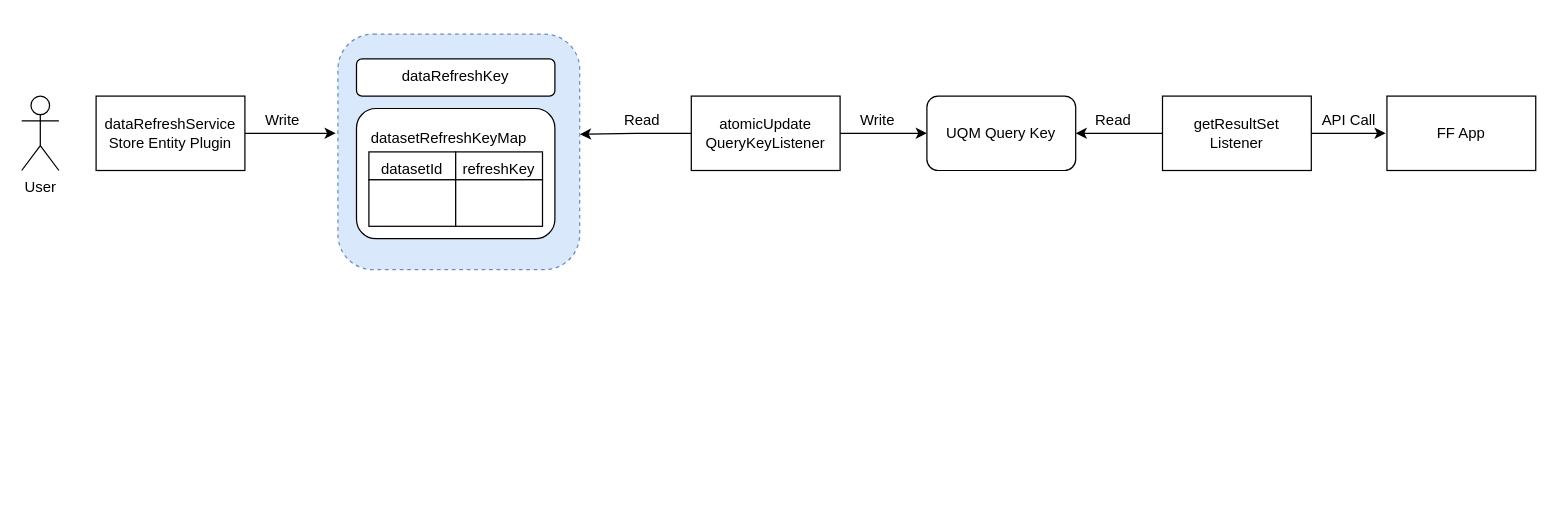
Above: Untitled Diagram.drawio in windsonic/files (draw.io), before the change. Source tidied: cells renumbered, new cells numbered last; positions are measured from the earlier drawing's top-left corner, leaving out a move shared by most shapes. Both pictures are drawn from the tidied source at 124%, with x=0, y=0 at pixel (21, 33).
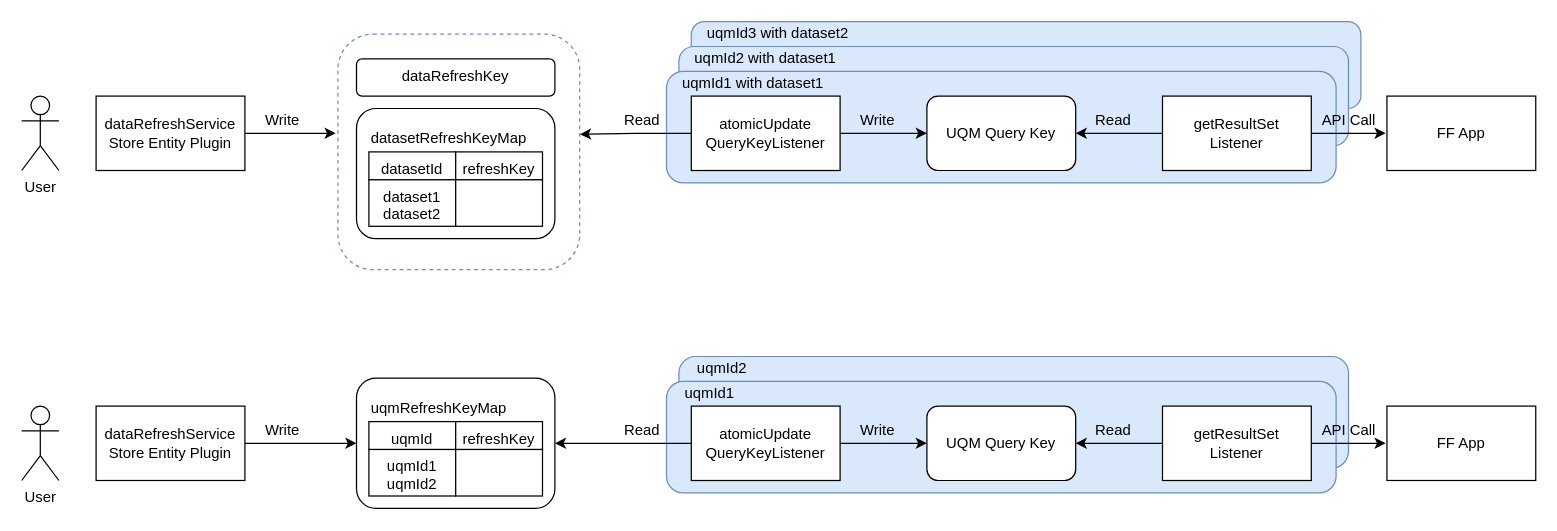
Above is the later version.

The change refers to these unchanged cells:
```xml
<mxCell id="7" style="group;" parent="5" vertex="1">
  <mxGeometry x="10" y="35" width="140" height="60" as="geometry" />
</mxCell>
```

Change to the diagram source:
```diff
@@
+    <mxCell id="27" style="rounded=1;whiteSpace=wrap;html=1;verticalAlign=middle;fillColor=#dae8fc;strokeColor=#6c8ebf;" parent="1" vertex="1">
+      <mxGeometry x="530" y="260" width="540" height="90" as="geometry" />
+    </mxCell>
+    <mxCell id="28" style="rounded=1;whiteSpace=wrap;html=1;verticalAlign=middle;fillColor=#dae8fc;strokeColor=#6c8ebf;" parent="1" vertex="1">
+      <mxGeometry x="540" y="-10" width="540" height="70" as="geometry" />
+    </mxCell>
+    <mxCell id="29" style="rounded=1;whiteSpace=wrap;html=1;verticalAlign=middle;fillColor=#dae8fc;strokeColor=#6c8ebf;" parent="1" vertex="1">
+      <mxGeometry x="530" y="10" width="540" height="80" as="geometry" />
+    </mxCell>
+    <mxCell id="30" style="rounded=1;whiteSpace=wrap;html=1;verticalAlign=middle;fillColor=#dae8fc;strokeColor=#6c8ebf;" parent="1" vertex="1">
+      <mxGeometry x="520" y="30" width="540" height="90" as="geometry" />
+    </mxCell>
@@
-    <mxCell id="4" style="rounded=1;whiteSpace=wrap;html=1;verticalAlign=top;fillColor=#dae8fc;strokeColor=#6c8ebf;dashed=1;" parent="1" vertex="1">
+    <mxCell id="4" style="rounded=1;whiteSpace=wrap;html=1;verticalAlign=top;strokeColor=#6c8ebf;dashed=1;fillColor=none;" parent="1" vertex="1">
       <mxGeometry x="255" width="195" height="190" as="geometry" />
     </mxCell>
@@
-    <mxCell id="10" style="rounded=0;whiteSpace=wrap;html=1;verticalAlign=top;" parent="7" vertex="1">
+    <mxCell id="10" value="dataset1&lt;br&gt;dataset2" style="rounded=0;whiteSpace=wrap;html=1;verticalAlign=top;" parent="7" vertex="1">
       <mxGeometry y="22.5" width="70" height="37.5" as="geometry" />
     </mxCell>
@@
+    <mxCell id="31" value="uqmId1 with dataset1" style="text;html=1;strokeColor=none;fillColor=none;align=center;verticalAlign=middle;whiteSpace=wrap;rounded=0;" parent="1" vertex="1">
+      <mxGeometry x="520" y="30" width="140" height="20" as="geometry" />
+    </mxCell>
+    <mxCell id="32" value="uqmId2 with dataset1" style="text;html=1;strokeColor=none;fillColor=none;align=center;verticalAlign=middle;whiteSpace=wrap;rounded=0;" parent="1" vertex="1">
+      <mxGeometry x="530" y="10" width="140" height="20" as="geometry" />
+    </mxCell>
+    <mxCell id="33" style="rounded=1;whiteSpace=wrap;html=1;verticalAlign=middle;fillColor=#dae8fc;strokeColor=#6c8ebf;" parent="1" vertex="1">
+      <mxGeometry x="520" y="280" width="540" height="90" as="geometry" />
+    </mxCell>
+    <mxCell id="34" style="edgeStyle=orthogonalEdgeStyle;rounded=0;jettySize=auto;html=1;entryX=0;entryY=0.5;entryDx=0;entryDy=0;" parent="1" edge="1" source="35" target="37">
+      <mxGeometry relative="1" as="geometry" />
+    </mxCell>
+    <mxCell id="35" value="dataRefreshService&lt;br&gt;Store Entity Plugin" style="rounded=0;whiteSpace=wrap;html=1;" parent="1" vertex="1">
+      <mxGeometry x="60" y="300" width="120" height="60" as="geometry" />
+    </mxCell>
+    <mxCell id="36" style="group;" parent="1" vertex="1">
+      <mxGeometry x="270" y="277.5" width="160" height="105" as="geometry" />
+    </mxCell>
+    <mxCell id="37" value="&lt;div&gt;&lt;span&gt;uqmRefreshKeyMap&lt;/span&gt;&lt;br&gt;&lt;/div&gt;&lt;div&gt;&lt;span&gt;&lt;br&gt;&lt;/span&gt;&lt;/div&gt;&lt;div&gt;&lt;br&gt;&lt;/div&gt;" style="rounded=1;whiteSpace=wrap;html=1;align=left;spacingLeft=10;verticalAlign=top;spacingTop=10;" parent="36" vertex="1">
+      <mxGeometry width="160" height="105" as="geometry" />
+    </mxCell>
+    <mxCell id="38" style="group;" parent="36" vertex="1">
+      <mxGeometry x="10" y="35" width="140" height="60" as="geometry" />
+    </mxCell>
+    <mxCell id="39" value="uqmId" style="rounded=0;whiteSpace=wrap;html=1;verticalAlign=top;" parent="38" vertex="1">
+      <mxGeometry width="70" height="22.5" as="geometry" />
+    </mxCell>
+    <mxCell id="40" value="refreshKey" style="rounded=0;whiteSpace=wrap;html=1;verticalAlign=top;" parent="38" vertex="1">
+      <mxGeometry x="70" width="70" height="22.5" as="geometry" />
+    </mxCell>
+    <mxCell id="41" value="uqmId1&lt;br&gt;uqmId2" style="rounded=0;whiteSpace=wrap;html=1;verticalAlign=top;" parent="38" vertex="1">
+      <mxGeometry y="22.5" width="70" height="37.5" as="geometry" />
+    </mxCell>
+    <mxCell id="42" style="rounded=0;whiteSpace=wrap;html=1;verticalAlign=top;" parent="38" vertex="1">
+      <mxGeometry x="70" y="22.5" width="70" height="37.5" as="geometry" />
+    </mxCell>
+    <mxCell id="43" value="Write" style="text;html=1;align=center;verticalAlign=middle;strokeColor=none;" parent="1" vertex="1">
+      <mxGeometry x="190" y="310" width="40" height="20" as="geometry" />
+    </mxCell>
+    <mxCell id="44" value="User" style="shape=umlActor;verticalLabelPosition=bottom;verticalAlign=top;html=1;" parent="1" vertex="1">
+      <mxGeometry y="300" width="30" height="60" as="geometry" />
+    </mxCell>
+    <mxCell id="45" style="edgeStyle=orthogonalEdgeStyle;rounded=0;jettySize=auto;html=1;entryX=1;entryY=0.5;entryDx=0;entryDy=0;" parent="1" edge="1" source="47" target="37">
+      <mxGeometry relative="1" as="geometry" />
+    </mxCell>
+    <mxCell id="46" style="edgeStyle=orthogonalEdgeStyle;rounded=0;jettySize=auto;html=1;entryX=0;entryY=0.5;entryDx=0;entryDy=0;" parent="1" edge="1" source="47" target="49">
+      <mxGeometry relative="1" as="geometry" />
+    </mxCell>
+    <mxCell id="47" value="atomicUpdate&lt;br&gt;QueryKeyListener" style="rounded=0;whiteSpace=wrap;html=1;verticalAlign=middle;align=center;" parent="1" vertex="1">
+      <mxGeometry x="540" y="300" width="120" height="60" as="geometry" />
+    </mxCell>
+    <mxCell id="48" value="Read" style="text;html=1;align=center;verticalAlign=middle;strokeColor=none;" parent="1" vertex="1">
+      <mxGeometry x="480" y="310" width="40" height="20" as="geometry" />
+    </mxCell>
+    <mxCell id="49" value="UQM Query Key" style="rounded=1;whiteSpace=wrap;html=1;verticalAlign=middle;" parent="1" vertex="1">
+      <mxGeometry x="730" y="300" width="120" height="60" as="geometry" />
+    </mxCell>
+    <mxCell id="50" style="edgeStyle=orthogonalEdgeStyle;rounded=0;jettySize=auto;html=1;entryX=1;entryY=0.5;entryDx=0;entryDy=0;" parent="1" edge="1" source="52" target="49">
+      <mxGeometry relative="1" as="geometry" />
+    </mxCell>
+    <mxCell id="51" style="edgeStyle=orthogonalEdgeStyle;rounded=0;jettySize=auto;html=1;" parent="1" edge="1" source="52">
+      <mxGeometry relative="1" as="geometry">
+        <mxPoint x="1100" y="330" as="targetPoint" />
+      </mxGeometry>
+    </mxCell>
+    <mxCell id="52" value="getResultSet&lt;br&gt;Listener" style="rounded=0;whiteSpace=wrap;html=1;verticalAlign=middle;" parent="1" vertex="1">
+      <mxGeometry x="920" y="300" width="120" height="60" as="geometry" />
+    </mxCell>
+    <mxCell id="53" value="FF App" style="rounded=0;whiteSpace=wrap;html=1;verticalAlign=middle;" parent="1" vertex="1">
+      <mxGeometry x="1101" y="300" width="120" height="60" as="geometry" />
+    </mxCell>
+    <mxCell id="54" value="Write" style="text;html=1;align=center;verticalAlign=middle;strokeColor=none;" parent="1" vertex="1">
+      <mxGeometry x="670" y="310" width="40" height="20" as="geometry" />
+    </mxCell>
+    <mxCell id="55" value="Read" style="text;html=1;align=center;verticalAlign=middle;strokeColor=none;" parent="1" vertex="1">
+      <mxGeometry x="860" y="310" width="40" height="20" as="geometry" />
+    </mxCell>
+    <mxCell id="56" value="API Call" style="text;html=1;align=center;verticalAlign=middle;strokeColor=none;" parent="1" vertex="1">
+      <mxGeometry x="1040" y="310" width="60" height="20" as="geometry" />
+    </mxCell>
+    <mxCell id="57" value="uqmId1" style="text;html=1;strokeColor=none;fillColor=none;align=center;verticalAlign=middle;whiteSpace=wrap;rounded=0;" parent="1" vertex="1">
+      <mxGeometry x="520" y="280" width="70" height="20" as="geometry" />
+    </mxCell>
+    <mxCell id="58" value="uqmId3 with dataset2" style="text;html=1;strokeColor=none;fillColor=none;align=center;verticalAlign=middle;whiteSpace=wrap;rounded=0;" parent="1" vertex="1">
+      <mxGeometry x="540" y="-10" width="140" height="20" as="geometry" />
+    </mxCell>
+    <mxCell id="59" value="uqmId2" style="text;html=1;strokeColor=none;fillColor=none;align=center;verticalAlign=middle;whiteSpace=wrap;rounded=0;" parent="1" vertex="1">
+      <mxGeometry x="530" y="260" width="70" height="20" as="geometry" />
+    </mxCell>
```
